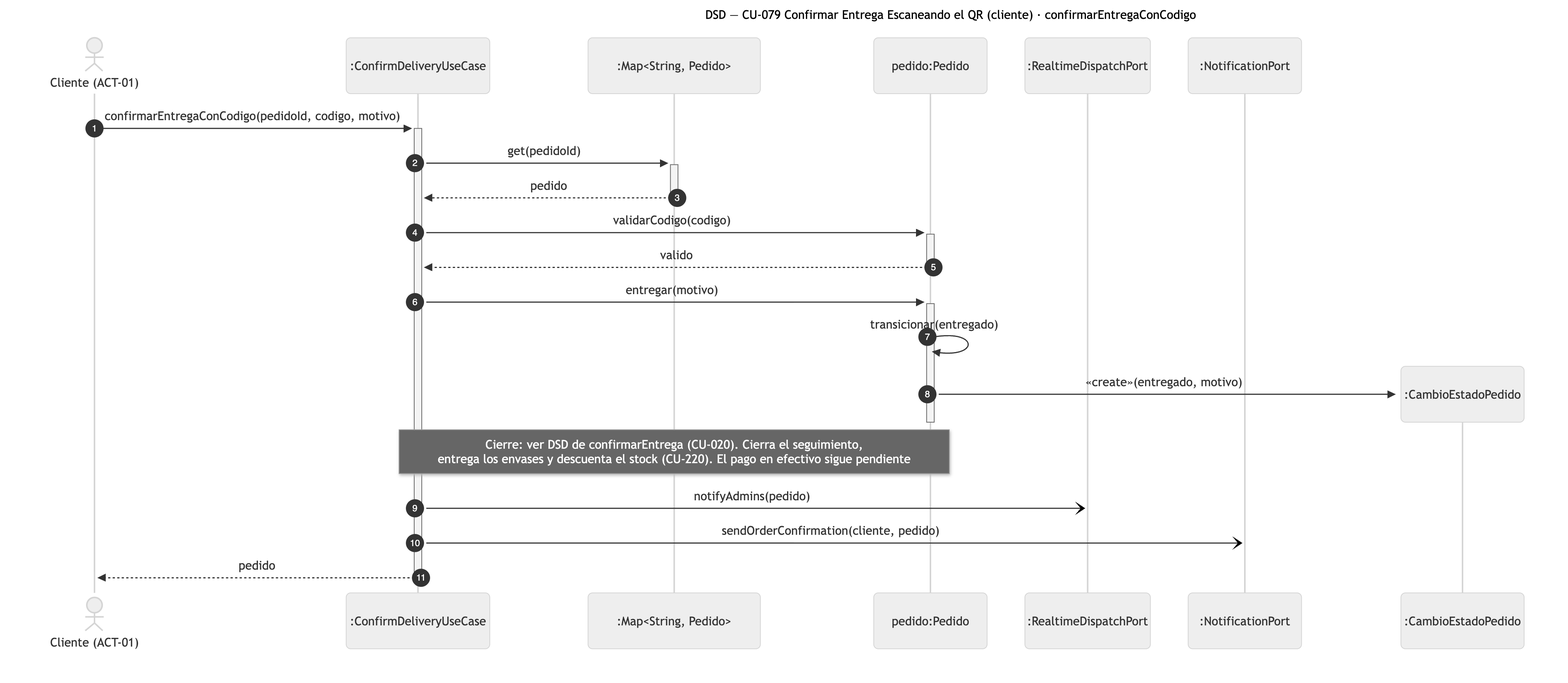
Earlier version of the Mermaid export diagramas/png/DSD_CU-079_confirmarEntregaConCodigo.png (Nahuelito-Dev/splg-docs). Its source is kept beside it as diagramas/DSD_CU-079_confirmarEntregaConCodigo.mmd.
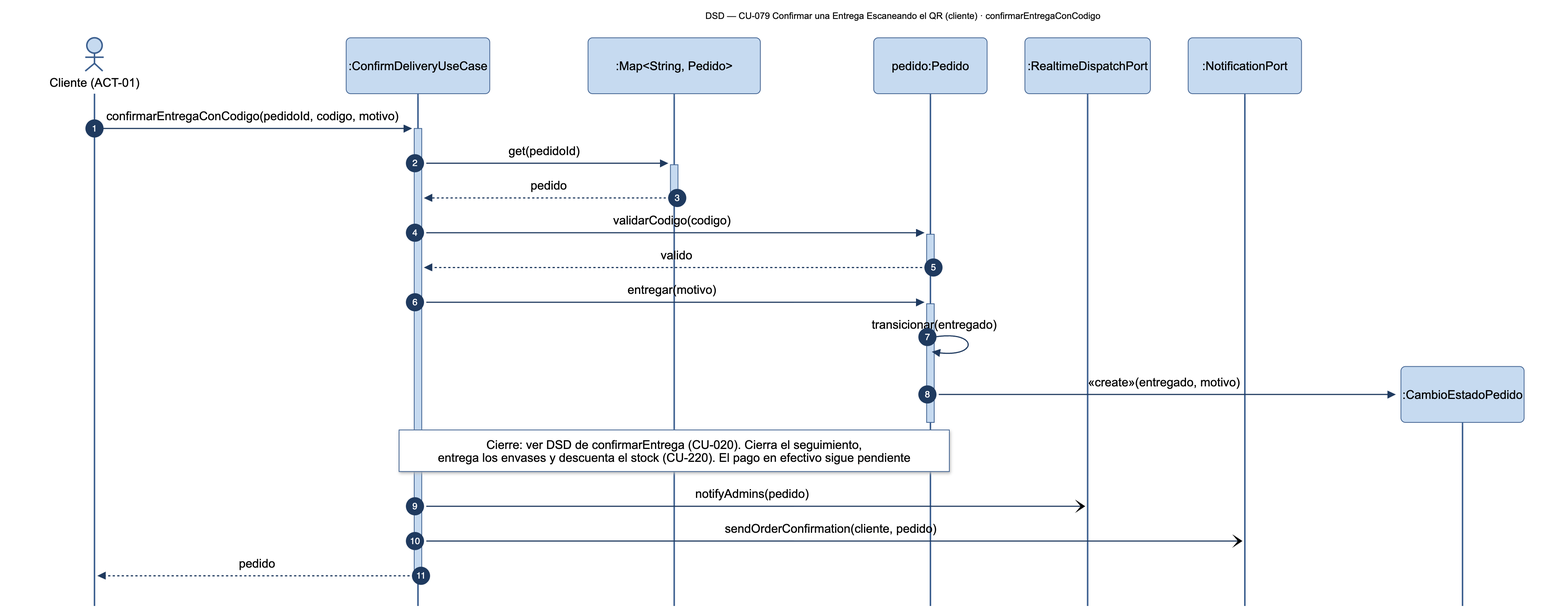
The same file after the commit.

Diff of the diagram source:
```diff
@@ -1,5 +1,5 @@
 sequenceDiagram
-    title DSD — CU-079 Confirmar Entrega Escaneando el QR (cliente) · confirmarEntregaConCodigo
+    title DSD — CU-079 Confirmar una Entrega Escaneando el QR (cliente) · confirmarEntregaConCodigo
     autonumber
     actor CLI as Cliente (ACT-01)
     participant CDU as :ConfirmDeliveryUseCase
```
